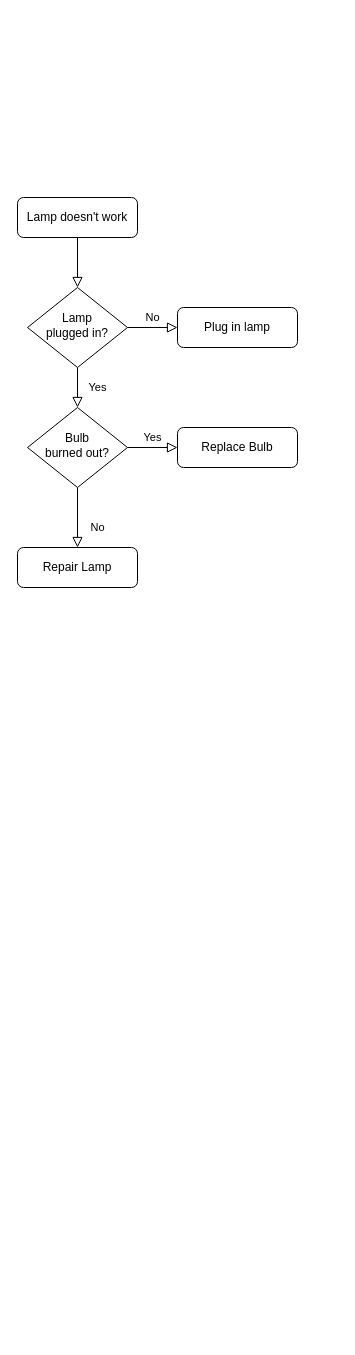
ba5liel/wie keeps this draw.io diagram as Untitled Diagram.drawio. Above is the earlier version. Source tidied: cells renumbered, new cells numbered last; positions are measured from the earlier drawing's top-left corner, leaving out a move shared by most shapes. Both pictures are drawn from the tidied source at 100%, with x=0, y=0 at pixel (17, 197).
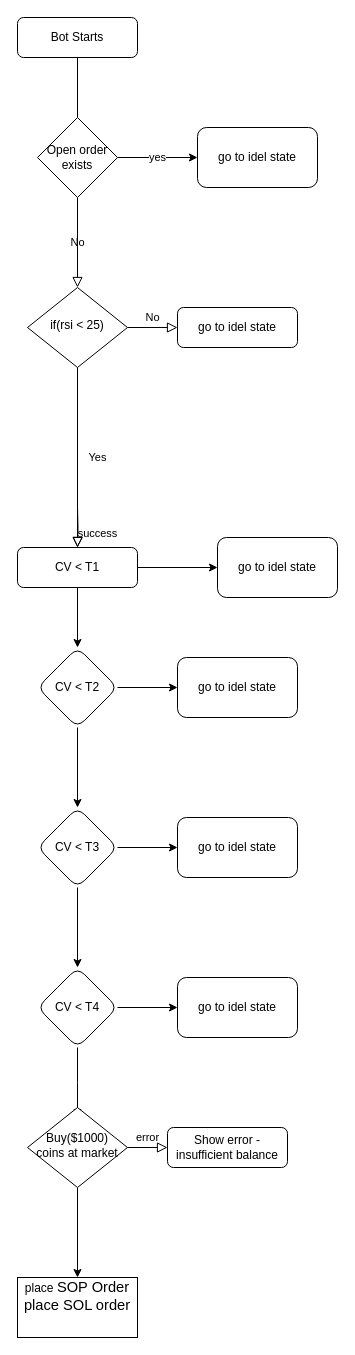
The same diagram, later.

Diff of the diagram source:
```diff
@@
-    <mxCell id="2" style="rounded=0;html=1;jettySize=auto;fontSize=11;endArrow=block;endFill=0;endSize=8;strokeWidth=1;shadow=0;labelBackgroundColor=none;edgeStyle=orthogonalEdgeStyle;" parent="1" edge="1" source="3" target="6">
+    <mxCell id="2" value="No" style="rounded=0;html=1;jettySize=auto;fontSize=11;endArrow=block;endFill=0;endSize=8;strokeWidth=1;shadow=0;labelBackgroundColor=none;edgeStyle=orthogonalEdgeStyle;startArrow=none;" parent="1" edge="1" source="16" target="6">
       <mxGeometry relative="1" as="geometry" />
     </mxCell>
-    <mxCell id="3" value="Lamp doesn't work" style="rounded=1;whiteSpace=wrap;html=1;fontSize=12;glass=0;strokeWidth=1;shadow=0;" parent="1" vertex="1">
-      <mxGeometry width="120" height="40" as="geometry" />
+    <mxCell id="3" value="Bot Starts" style="rounded=1;whiteSpace=wrap;html=1;fontSize=12;glass=0;strokeWidth=1;shadow=0;" parent="1" vertex="1">
+      <mxGeometry y="-180" width="120" height="40" as="geometry" />
     </mxCell>
-    <mxCell id="4" value="Yes" style="rounded=0;html=1;jettySize=auto;fontSize=11;endArrow=block;endFill=0;endSize=8;strokeWidth=1;shadow=0;labelBackgroundColor=none;edgeStyle=orthogonalEdgeStyle;" parent="1" edge="1" source="6" target="10">
+    <mxCell id="4" value="Yes" style="rounded=0;html=1;jettySize=auto;fontSize=11;endArrow=block;endFill=0;endSize=8;strokeWidth=1;shadow=0;labelBackgroundColor=none;edgeStyle=orthogonalEdgeStyle;entryX=0.5;entryY=0;entryDx=0;entryDy=0;" parent="1" edge="1" source="6" target="11">
       <mxGeometry y="20" relative="1" as="geometry" />
     </mxCell>
@@
-    <mxCell id="6" value="Lamp&lt;br&gt;plugged in?" style="rhombus;whiteSpace=wrap;html=1;shadow=0;fontFamily=Helvetica;fontSize=12;align=center;strokeWidth=1;spacing=6;spacingTop=-4;" parent="1" vertex="1">
+    <mxCell id="6" value="if(rsi &amp;lt; 25)" style="rhombus;whiteSpace=wrap;html=1;shadow=0;fontFamily=Helvetica;fontSize=12;align=center;strokeWidth=1;spacing=6;spacingTop=-4;" parent="1" vertex="1">
       <mxGeometry x="10" y="90" width="100" height="80" as="geometry" />
     </mxCell>
-    <mxCell id="7" value="Plug in lamp" style="rounded=1;whiteSpace=wrap;html=1;fontSize=12;glass=0;strokeWidth=1;shadow=0;" parent="1" vertex="1">
+    <mxCell id="7" value="go to idel state" style="rounded=1;whiteSpace=wrap;html=1;fontSize=12;glass=0;strokeWidth=1;shadow=0;" parent="1" vertex="1">
       <mxGeometry x="160" y="110" width="120" height="40" as="geometry" />
     </mxCell>
-    <mxCell id="8" value="No" style="rounded=0;html=1;jettySize=auto;fontSize=11;endArrow=block;endFill=0;endSize=8;strokeWidth=1;shadow=0;labelBackgroundColor=none;edgeStyle=orthogonalEdgeStyle;" parent="1" edge="1" source="10" target="11">
-      <mxGeometry x="0.33" y="20" relative="1" as="geometry" />
+    <mxCell id="8" value="success" style="rounded=0;html=1;jettySize=auto;fontSize=11;endArrow=block;endFill=0;endSize=8;strokeWidth=1;shadow=0;labelBackgroundColor=none;edgeStyle=orthogonalEdgeStyle;" parent="1" edge="1" target="11">
+      <mxGeometry x="0.33" y="20" relative="1" as="geometry">
+        <mxPoint x="60" y="310" as="sourcePoint" />
+      </mxGeometry>
     </mxCell>
-    <mxCell id="9" value="Yes" style="edgeStyle=orthogonalEdgeStyle;rounded=0;html=1;jettySize=auto;fontSize=11;endArrow=block;endFill=0;endSize=8;strokeWidth=1;shadow=0;labelBackgroundColor=none;" parent="1" edge="1" source="10" target="12">
+    <mxCell id="9" value="error" style="edgeStyle=orthogonalEdgeStyle;rounded=0;html=1;jettySize=auto;fontSize=11;endArrow=block;endFill=0;endSize=8;strokeWidth=1;shadow=0;labelBackgroundColor=none;fontStyle=0;exitX=1;exitY=0.5;exitDx=0;exitDy=0;" parent="1" edge="1" source="33" target="12">
       <mxGeometry y="10" relative="1" as="geometry" />
     </mxCell>
-    <mxCell id="10" value="Bulb&lt;br&gt;burned out?" style="rhombus;whiteSpace=wrap;html=1;shadow=0;fontFamily=Helvetica;fontSize=12;align=center;strokeWidth=1;spacing=6;spacingTop=-4;" parent="1" vertex="1">
-      <mxGeometry x="10" y="210" width="100" height="80" as="geometry" />
-    </mxCell>
+    <mxCell id="13" style="edgeStyle=orthogonalEdgeStyle;rounded=0;jettySize=auto;html=1;" parent="1" edge="1" source="11" target="19">
+      <mxGeometry relative="1" as="geometry" />
+    </mxCell>
+    <mxCell id="14" style="edgeStyle=orthogonalEdgeStyle;rounded=0;jettySize=auto;html=1;" parent="1" edge="1" source="11" target="22">
+      <mxGeometry relative="1" as="geometry" />
+    </mxCell>
-    <mxCell id="11" value="Repair Lamp" style="rounded=1;whiteSpace=wrap;html=1;fontSize=12;glass=0;strokeWidth=1;shadow=0;" parent="1" vertex="1">
+    <mxCell id="11" value="CV &amp;lt; T1" style="rounded=1;whiteSpace=wrap;html=1;fontSize=12;glass=0;strokeWidth=1;shadow=0;" parent="1" vertex="1">
       <mxGeometry y="350" width="120" height="40" as="geometry" />
     </mxCell>
-    <mxCell id="12" value="Replace Bulb" style="rounded=1;whiteSpace=wrap;html=1;fontSize=12;glass=0;strokeWidth=1;shadow=0;" parent="1" vertex="1">
-      <mxGeometry x="160" y="230" width="120" height="40" as="geometry" />
+    <mxCell id="12" value="Show error - insufficient balance" style="rounded=1;whiteSpace=wrap;html=1;fontSize=12;glass=0;strokeWidth=1;shadow=0;" parent="1" vertex="1">
+      <mxGeometry x="150" y="930" width="120" height="40" as="geometry" />
     </mxCell>
+    <mxCell id="15" value="yes" style="edgeStyle=orthogonalEdgeStyle;rounded=0;jettySize=auto;html=1;exitX=1;exitY=0.5;exitDx=0;exitDy=0;entryX=0;entryY=0.5;entryDx=0;entryDy=0;" parent="1" edge="1" source="16" target="18">
+      <mxGeometry relative="1" as="geometry" />
+    </mxCell>
+    <mxCell id="16" value="Open order exists" style="rhombus;whiteSpace=wrap;html=1;" parent="1" vertex="1">
+      <mxGeometry x="20" y="-80" width="80" height="80" as="geometry" />
+    </mxCell>
+    <mxCell id="17" style="rounded=0;html=1;jettySize=auto;fontSize=11;endArrow=none;endFill=0;endSize=8;strokeWidth=1;shadow=0;labelBackgroundColor=none;edgeStyle=orthogonalEdgeStyle;" parent="1" edge="1" source="3" target="16">
+      <mxGeometry relative="1" as="geometry" />
+    </mxCell>
+    <mxCell id="18" value="go to idel state" style="rounded=1;whiteSpace=wrap;html=1;" parent="1" vertex="1">
+      <mxGeometry x="180" y="-70" width="120" height="60" as="geometry" />
+    </mxCell>
+    <mxCell id="19" value="&lt;span&gt;go to idel state&lt;/span&gt;" style="whiteSpace=wrap;html=1;rounded=1;shadow=0;strokeWidth=1;glass=0;" parent="1" vertex="1">
+      <mxGeometry x="200" y="340" width="120" height="60" as="geometry" />
+    </mxCell>
+    <mxCell id="20" style="edgeStyle=orthogonalEdgeStyle;rounded=0;jettySize=auto;html=1;" parent="1" edge="1" source="22" target="25">
+      <mxGeometry relative="1" as="geometry" />
+    </mxCell>
+    <mxCell id="21" style="edgeStyle=orthogonalEdgeStyle;rounded=0;jettySize=auto;html=1;" parent="1" edge="1" source="22" target="29">
+      <mxGeometry relative="1" as="geometry" />
+    </mxCell>
+    <mxCell id="22" value="&lt;span&gt;CV &amp;lt; T2&lt;/span&gt;" style="rhombus;whiteSpace=wrap;html=1;rounded=1;shadow=0;strokeWidth=1;glass=0;" parent="1" vertex="1">
+      <mxGeometry x="20" y="450" width="80" height="80" as="geometry" />
+    </mxCell>
+    <mxCell id="23" style="edgeStyle=orthogonalEdgeStyle;rounded=0;jettySize=auto;html=1;" parent="1" edge="1" source="25" target="28">
+      <mxGeometry relative="1" as="geometry" />
+    </mxCell>
+    <mxCell id="24" style="edgeStyle=orthogonalEdgeStyle;rounded=0;jettySize=auto;html=1;" parent="1" edge="1" source="25" target="30">
+      <mxGeometry relative="1" as="geometry" />
+    </mxCell>
+    <mxCell id="25" value="&lt;span&gt;CV &amp;lt; T3&lt;/span&gt;" style="rhombus;whiteSpace=wrap;html=1;rounded=1;shadow=0;strokeWidth=1;glass=0;" parent="1" vertex="1">
+      <mxGeometry x="20" y="610" width="80" height="80" as="geometry" />
+    </mxCell>
+    <mxCell id="26" style="edgeStyle=orthogonalEdgeStyle;rounded=0;jettySize=auto;html=1;" parent="1" edge="1" source="28" target="31">
+      <mxGeometry relative="1" as="geometry" />
+    </mxCell>
+    <mxCell id="27" style="edgeStyle=orthogonalEdgeStyle;rounded=0;jettySize=auto;html=1;exitX=0.5;exitY=1;exitDx=0;exitDy=0;" parent="1" edge="1" source="28">
+      <mxGeometry relative="1" as="geometry">
+        <mxPoint x="60" y="920" as="targetPoint" />
+      </mxGeometry>
+    </mxCell>
+    <mxCell id="28" value="&lt;span&gt;CV &amp;lt; T4&lt;/span&gt;" style="rhombus;whiteSpace=wrap;html=1;rounded=1;shadow=0;strokeWidth=1;glass=0;" parent="1" vertex="1">
+      <mxGeometry x="20" y="770" width="80" height="80" as="geometry" />
+    </mxCell>
+    <mxCell id="29" value="&lt;span&gt;go to idel state&lt;/span&gt;" style="whiteSpace=wrap;html=1;rounded=1;shadow=0;strokeWidth=1;glass=0;" parent="1" vertex="1">
+      <mxGeometry x="160" y="460" width="120" height="60" as="geometry" />
+    </mxCell>
+    <mxCell id="30" value="&lt;span&gt;go to idel state&lt;/span&gt;" style="whiteSpace=wrap;html=1;rounded=1;shadow=0;strokeWidth=1;glass=0;" parent="1" vertex="1">
+      <mxGeometry x="160" y="620" width="120" height="60" as="geometry" />
+    </mxCell>
+    <mxCell id="31" value="&lt;span&gt;go to idel state&lt;/span&gt;" style="whiteSpace=wrap;html=1;rounded=1;shadow=0;strokeWidth=1;glass=0;" parent="1" vertex="1">
+      <mxGeometry x="160" y="780" width="120" height="60" as="geometry" />
+    </mxCell>
+    <mxCell id="32" style="edgeStyle=orthogonalEdgeStyle;rounded=0;jettySize=auto;html=1;" parent="1" edge="1" source="33" target="34">
+      <mxGeometry relative="1" as="geometry" />
+    </mxCell>
+    <mxCell id="33" value="Buy($1000) coins at market" style="rhombus;whiteSpace=wrap;html=1;shadow=0;fontFamily=Helvetica;fontSize=12;align=center;strokeWidth=1;spacing=6;spacingTop=-4;" parent="1" vertex="1">
+      <mxGeometry x="10" y="910" width="100" height="80" as="geometry" />
+    </mxCell>
+    <mxCell id="34" value="place&amp;nbsp;&lt;span id=&quot;docs-internal-guid-ee795938-7fff-1dc3-08f2-4d89cd833db6&quot;&gt;&lt;span style=&quot;font-size: 11pt ; font-family: &amp;#34;arial&amp;#34; ; background-color: transparent ; vertical-align: baseline&quot;&gt;SOP Order&lt;br&gt;place SOL order&lt;br&gt;&lt;br&gt;&lt;/span&gt;&lt;/span&gt;" style="whiteSpace=wrap;html=1;shadow=0;strokeWidth=1;spacing=6;spacingTop=-4;" parent="1" vertex="1">
+      <mxGeometry y="1080" width="120" height="60" as="geometry" />
+    </mxCell>
```
